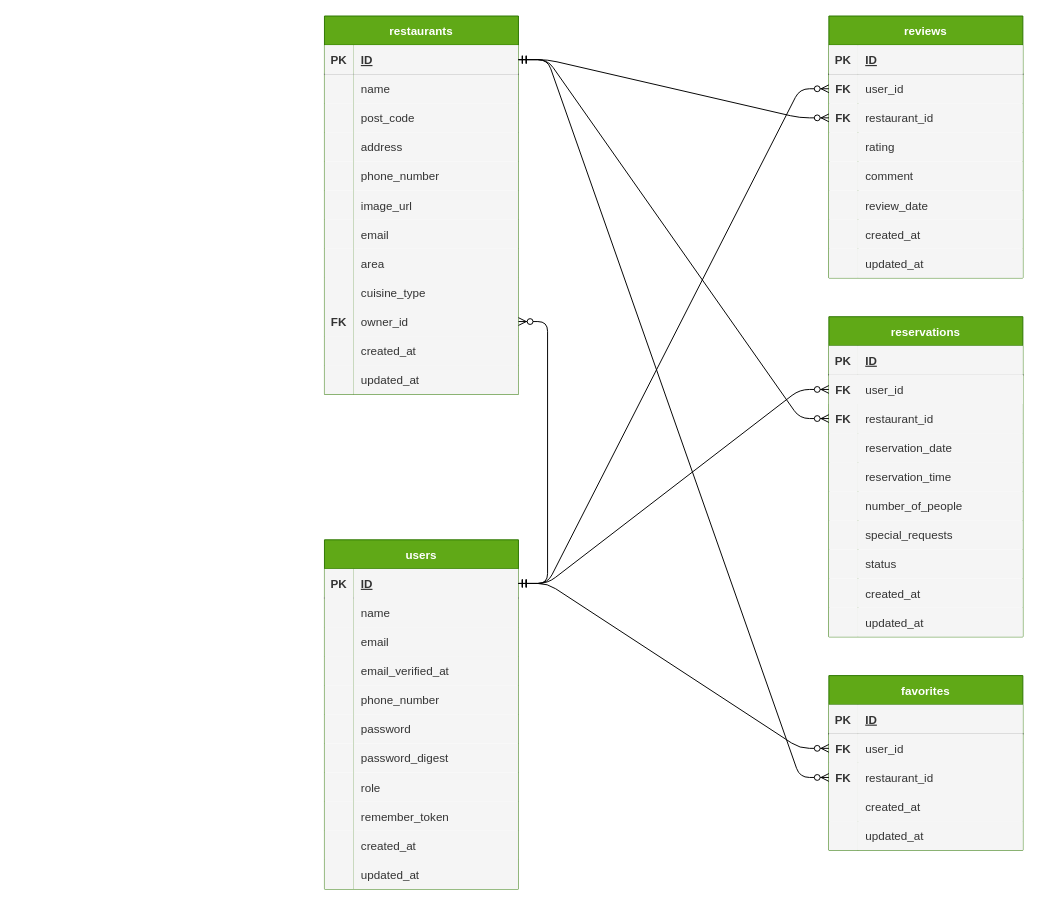
Earlier version of the draw.io diagram docs/diagrams/rese.dio (teruma-nanami/rese). Source tidied: cells renumbered, new cells numbered last; positions are measured from the earlier drawing's top-left corner, leaving out a move shared by most shapes. Both pictures are drawn from the tidied source at 97%, with x=0, y=0 at pixel (324, 16).
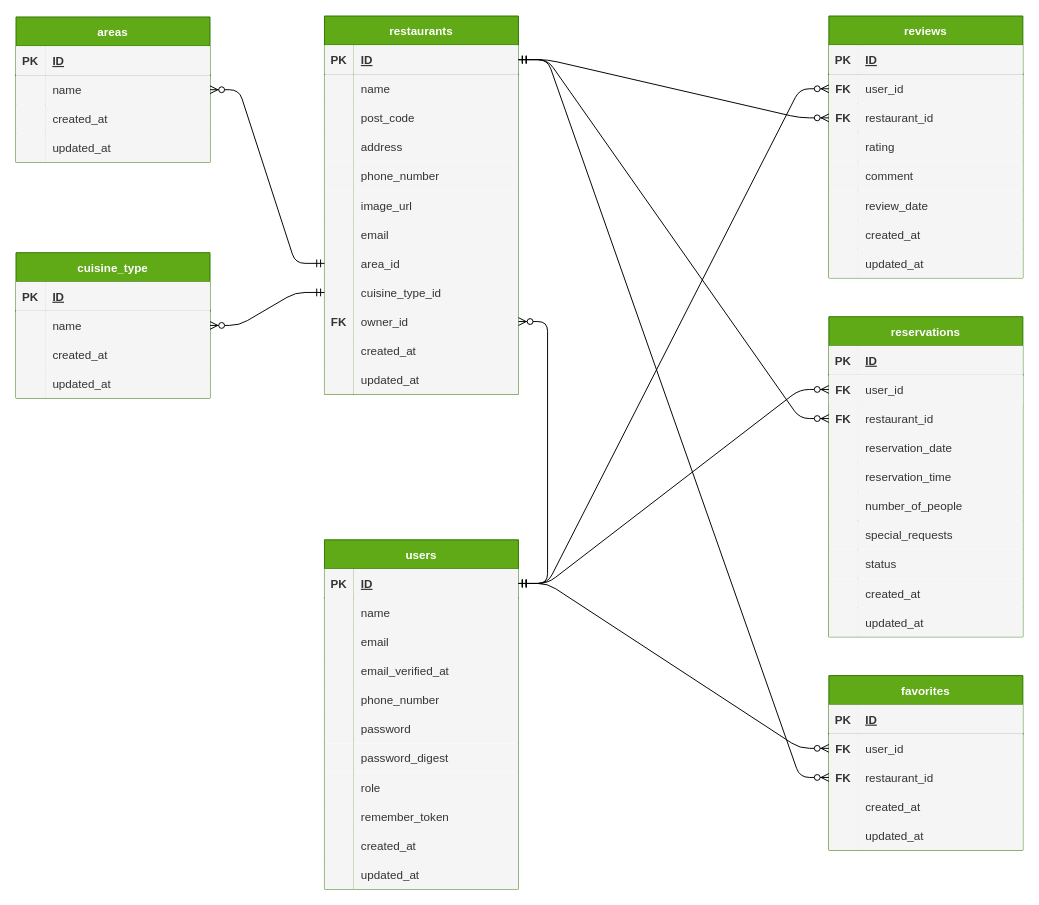
Above is the later version.

The change refers to these unchanged cells:
```xml
<mxCell id="58" style="shape=tableRow;horizontal=0;startSize=0;swimlaneHead=0;swimlaneBody=0;fillColor=none;points=[[0,0.5],[1,0.5]];portConstraint=eastwest;top=0;left=0;right=0;bottom=0;" parent="36" vertex="1">
  <mxGeometry y="240" width="200" height="30" as="geometry" />
</mxCell>
<mxCell id="61" style="shape=tableRow;horizontal=0;startSize=0;swimlaneHead=0;swimlaneBody=0;fillColor=none;points=[[0,0.5],[1,0.5]];portConstraint=eastwest;top=0;left=0;right=0;bottom=0;" parent="36" vertex="1">
  <mxGeometry y="270" width="200" height="30" as="geometry" />
</mxCell>
```

The edit, as a diff of the source:
```diff
@@
-    <mxCell id="60" value="area" style="shape=partialRectangle;fillColor=#f5f5f5;top=0;left=0;bottom=0;right=0;align=left;spacingLeft=6;overflow=hidden;fontColor=#333333;strokeColor=#666666;" parent="58" vertex="1">
+    <mxCell id="60" value="area_id" style="shape=partialRectangle;fillColor=#f5f5f5;top=0;left=0;bottom=0;right=0;align=left;spacingLeft=6;overflow=hidden;fontColor=#333333;strokeColor=#666666;" parent="58" vertex="1">
       <mxGeometry x="30" width="170" height="30" as="geometry" />
     </mxCell>
@@
-    <mxCell id="63" value="cuisine_type" style="shape=partialRectangle;fillColor=#f5f5f5;top=0;left=0;bottom=0;right=0;align=left;spacingLeft=6;overflow=hidden;fontColor=#333333;strokeColor=#666666;" parent="61" vertex="1">
+    <mxCell id="63" value="cuisine_type_id" style="shape=partialRectangle;fillColor=#f5f5f5;top=0;left=0;bottom=0;right=0;align=left;spacingLeft=6;overflow=hidden;fontColor=#333333;strokeColor=#666666;" parent="61" vertex="1">
       <mxGeometry x="30" width="170" height="30" as="geometry" />
     </mxCell>
@@
+    <mxCell id="152" value="areas" style="shape=table;startSize=30;childLayout=tableLayout;rowLines=0;fontStyle=1;align=center;fillColor=#60a917;strokeColor=#2D7600;fontColor=#ffffff;" parent="1" vertex="1">
+      <mxGeometry x="-318" y="1" width="200" height="150" as="geometry" />
+    </mxCell>
+    <mxCell id="153" style="shape=tableRow;horizontal=0;startSize=0;swimlaneHead=0;swimlaneBody=0;fillColor=none;top=0;left=0;right=0;bottom=1;" parent="152" vertex="1">
+      <mxGeometry y="30" width="200" height="30" as="geometry" />
+    </mxCell>
+    <mxCell id="154" value="PK" style="shape=partialRectangle;fillColor=#f5f5f5;top=0;left=0;bottom=0;right=0;fontStyle=1;overflow=hidden;strokeColor=#666666;fontColor=#333333;" parent="153" vertex="1">
+      <mxGeometry width="30" height="30" as="geometry" />
+    </mxCell>
+    <mxCell id="155" value="ID" style="shape=partialRectangle;fillColor=#f5f5f5;top=0;left=0;bottom=0;right=0;align=left;spacingLeft=6;fontStyle=5;overflow=hidden;strokeColor=#666666;fontColor=#333333;" parent="153" vertex="1">
+      <mxGeometry x="30" width="170" height="30" as="geometry" />
+    </mxCell>
+    <mxCell id="156" style="shape=tableRow;horizontal=0;startSize=0;swimlaneHead=0;swimlaneBody=0;fillColor=none;points=[[0,0.5],[1,0.5]];portConstraint=eastwest;top=0;left=0;right=0;bottom=0;" parent="152" vertex="1">
+      <mxGeometry y="60" width="200" height="30" as="geometry" />
+    </mxCell>
+    <mxCell id="157" style="shape=partialRectangle;fillColor=#f5f5f5;top=0;left=0;bottom=0;right=0;overflow=hidden;fontColor=#333333;strokeColor=#666666;fontStyle=1;" parent="156" vertex="1">
+      <mxGeometry width="30" height="30" as="geometry" />
+    </mxCell>
+    <mxCell id="158" value="name" style="shape=partialRectangle;fillColor=#f5f5f5;top=0;left=0;bottom=0;right=0;align=left;spacingLeft=6;overflow=hidden;fontColor=#333333;strokeColor=#666666;" parent="156" vertex="1">
+      <mxGeometry x="30" width="170" height="30" as="geometry" />
+    </mxCell>
+    <mxCell id="159" style="shape=tableRow;horizontal=0;startSize=0;swimlaneHead=0;swimlaneBody=0;fillColor=none;top=0;left=0;right=0;bottom=0;" parent="152" vertex="1">
+      <mxGeometry y="90" width="200" height="30" as="geometry" />
+    </mxCell>
+    <mxCell id="160" style="shape=partialRectangle;fillColor=#f5f5f5;top=0;left=0;bottom=0;right=0;overflow=hidden;fontColor=#333333;strokeColor=#666666;" parent="159" vertex="1">
+      <mxGeometry width="30" height="30" as="geometry" />
+    </mxCell>
+    <mxCell id="161" value="created_at" style="shape=partialRectangle;fillColor=#f5f5f5;top=0;left=0;bottom=0;right=0;align=left;spacingLeft=6;overflow=hidden;fontColor=#333333;strokeColor=#666666;" parent="159" vertex="1">
+      <mxGeometry x="30" width="170" height="30" as="geometry" />
+    </mxCell>
+    <mxCell id="162" style="shape=tableRow;horizontal=0;startSize=0;swimlaneHead=0;swimlaneBody=0;fillColor=none;top=0;left=0;right=0;bottom=0;" parent="152" vertex="1">
+      <mxGeometry y="120" width="200" height="30" as="geometry" />
+    </mxCell>
+    <mxCell id="163" style="shape=partialRectangle;fillColor=#f5f5f5;top=0;left=0;bottom=0;right=0;overflow=hidden;fontColor=#333333;strokeColor=#666666;" parent="162" vertex="1">
+      <mxGeometry width="30" height="30" as="geometry" />
+    </mxCell>
+    <mxCell id="164" value="updated_at" style="shape=partialRectangle;fillColor=#f5f5f5;top=0;left=0;bottom=0;right=0;align=left;spacingLeft=6;overflow=hidden;fontColor=#333333;strokeColor=#666666;" parent="162" vertex="1">
+      <mxGeometry x="30" width="170" height="30" as="geometry" />
+    </mxCell>
+    <mxCell id="165" value="cuisine_type" style="shape=table;startSize=30;childLayout=tableLayout;rowLines=0;fontStyle=1;align=center;fillColor=#60a917;strokeColor=#2D7600;fontColor=#ffffff;" parent="1" vertex="1">
+      <mxGeometry x="-318" y="244" width="200" height="150" as="geometry" />
+    </mxCell>
+    <mxCell id="166" style="shape=tableRow;horizontal=0;startSize=0;swimlaneHead=0;swimlaneBody=0;fillColor=none;top=0;left=0;right=0;bottom=1;" parent="165" vertex="1">
+      <mxGeometry y="30" width="200" height="30" as="geometry" />
+    </mxCell>
+    <mxCell id="167" value="PK" style="shape=partialRectangle;fillColor=#f5f5f5;top=0;left=0;bottom=0;right=0;fontStyle=1;overflow=hidden;strokeColor=#666666;fontColor=#333333;" parent="166" vertex="1">
+      <mxGeometry width="30" height="30" as="geometry" />
+    </mxCell>
+    <mxCell id="168" value="ID" style="shape=partialRectangle;fillColor=#f5f5f5;top=0;left=0;bottom=0;right=0;align=left;spacingLeft=6;fontStyle=5;overflow=hidden;strokeColor=#666666;fontColor=#333333;" parent="166" vertex="1">
+      <mxGeometry x="30" width="170" height="30" as="geometry" />
+    </mxCell>
+    <mxCell id="169" style="shape=tableRow;horizontal=0;startSize=0;swimlaneHead=0;swimlaneBody=0;fillColor=none;top=0;left=0;right=0;bottom=0;" parent="165" vertex="1">
+      <mxGeometry y="60" width="200" height="30" as="geometry" />
+    </mxCell>
+    <mxCell id="170" style="shape=partialRectangle;fillColor=#f5f5f5;top=0;left=0;bottom=0;right=0;overflow=hidden;fontColor=#333333;strokeColor=#666666;fontStyle=1;" parent="169" vertex="1">
+      <mxGeometry width="30" height="30" as="geometry" />
+    </mxCell>
+    <mxCell id="171" value="name" style="shape=partialRectangle;fillColor=#f5f5f5;top=0;left=0;bottom=0;right=0;align=left;spacingLeft=6;overflow=hidden;fontColor=#333333;strokeColor=#666666;" parent="169" vertex="1">
+      <mxGeometry x="30" width="170" height="30" as="geometry" />
+    </mxCell>
+    <mxCell id="172" style="shape=tableRow;horizontal=0;startSize=0;swimlaneHead=0;swimlaneBody=0;fillColor=none;top=0;left=0;right=0;bottom=0;" parent="165" vertex="1">
+      <mxGeometry y="90" width="200" height="30" as="geometry" />
+    </mxCell>
+    <mxCell id="173" style="shape=partialRectangle;fillColor=#f5f5f5;top=0;left=0;bottom=0;right=0;overflow=hidden;fontColor=#333333;strokeColor=#666666;" parent="172" vertex="1">
+      <mxGeometry width="30" height="30" as="geometry" />
+    </mxCell>
+    <mxCell id="174" value="created_at" style="shape=partialRectangle;fillColor=#f5f5f5;top=0;left=0;bottom=0;right=0;align=left;spacingLeft=6;overflow=hidden;fontColor=#333333;strokeColor=#666666;" parent="172" vertex="1">
+      <mxGeometry x="30" width="170" height="30" as="geometry" />
+    </mxCell>
+    <mxCell id="175" style="shape=tableRow;horizontal=0;startSize=0;swimlaneHead=0;swimlaneBody=0;fillColor=none;top=0;left=0;right=0;bottom=0;" parent="165" vertex="1">
+      <mxGeometry y="120" width="200" height="30" as="geometry" />
+    </mxCell>
+    <mxCell id="176" style="shape=partialRectangle;fillColor=#f5f5f5;top=0;left=0;bottom=0;right=0;overflow=hidden;fontColor=#333333;strokeColor=#666666;" parent="175" vertex="1">
+      <mxGeometry width="30" height="30" as="geometry" />
+    </mxCell>
+    <mxCell id="177" value="updated_at" style="shape=partialRectangle;fillColor=#f5f5f5;top=0;left=0;bottom=0;right=0;align=left;spacingLeft=6;overflow=hidden;fontColor=#333333;strokeColor=#666666;" parent="175" vertex="1">
+      <mxGeometry x="30" width="170" height="30" as="geometry" />
+    </mxCell>
+    <mxCell id="178" style="edgeStyle=entityRelationEdgeStyle;fontSize=12;html=1;endArrow=ERzeroToMany;startArrow=ERmandOne;entryX=1;entryY=0.5;entryDx=0;entryDy=0;exitX=0;exitY=0.5;exitDx=0;exitDy=0;" parent="1" edge="1" source="58" target="156">
+      <mxGeometry relative="1" as="geometry" />
+    </mxCell>
+    <mxCell id="179" style="edgeStyle=entityRelationEdgeStyle;fontSize=12;html=1;endArrow=ERzeroToMany;startArrow=ERmandOne;entryX=1;entryY=0.5;entryDx=0;entryDy=0;exitX=0;exitY=0.5;exitDx=0;exitDy=0;" parent="1" edge="1" source="61" target="165">
+      <mxGeometry relative="1" as="geometry" />
+    </mxCell>
```
